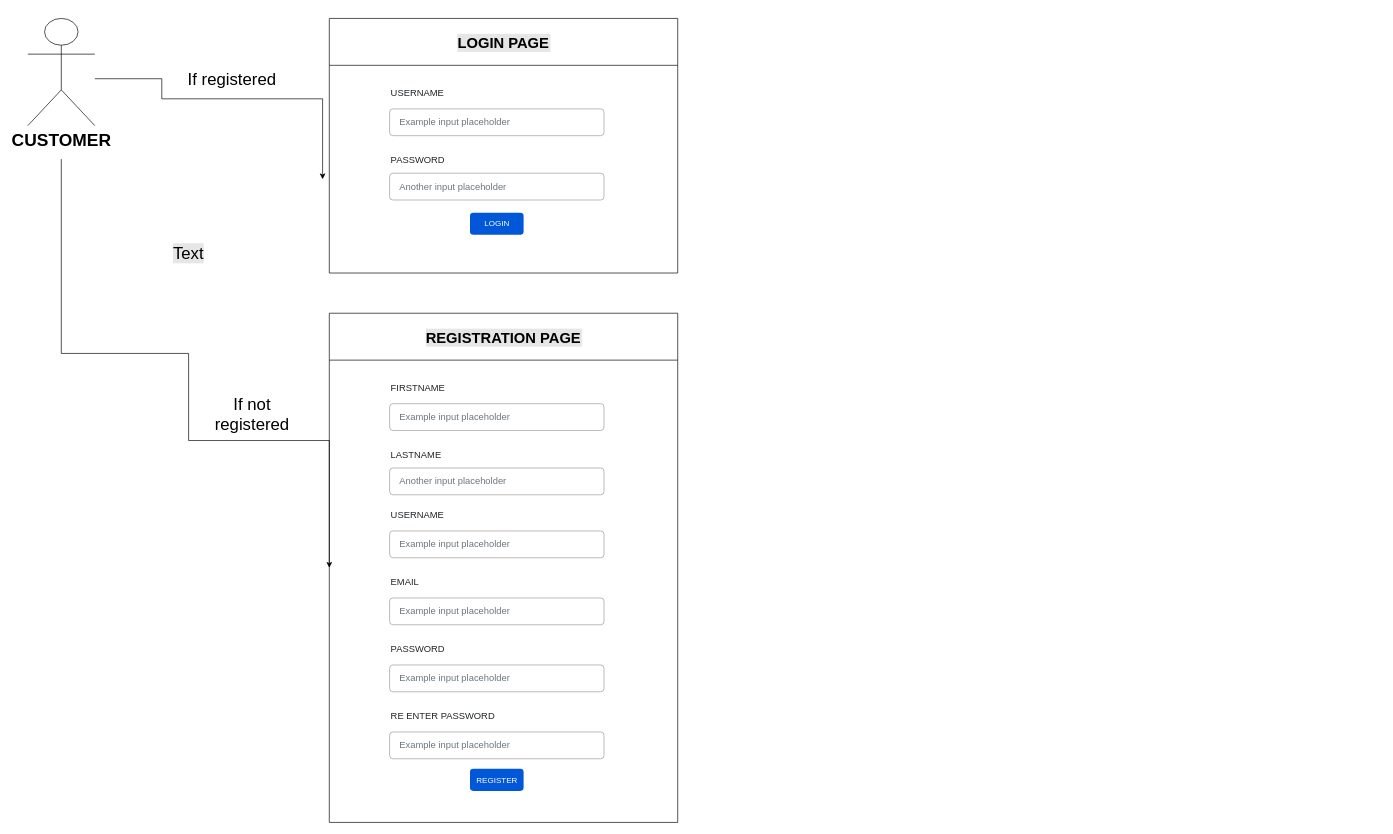
bertorepo/forum-app keeps this draw.io diagram as src/main/resources/templates/Untitled Diagram.drawio. Above is the earlier version. Source tidied: cells renumbered, new cells numbered last; positions are measured from the earlier drawing's top-left corner, leaving out a move shared by most shapes. Both pictures are drawn from the tidied source at 67%, with x=0, y=0 at pixel (27, 18).
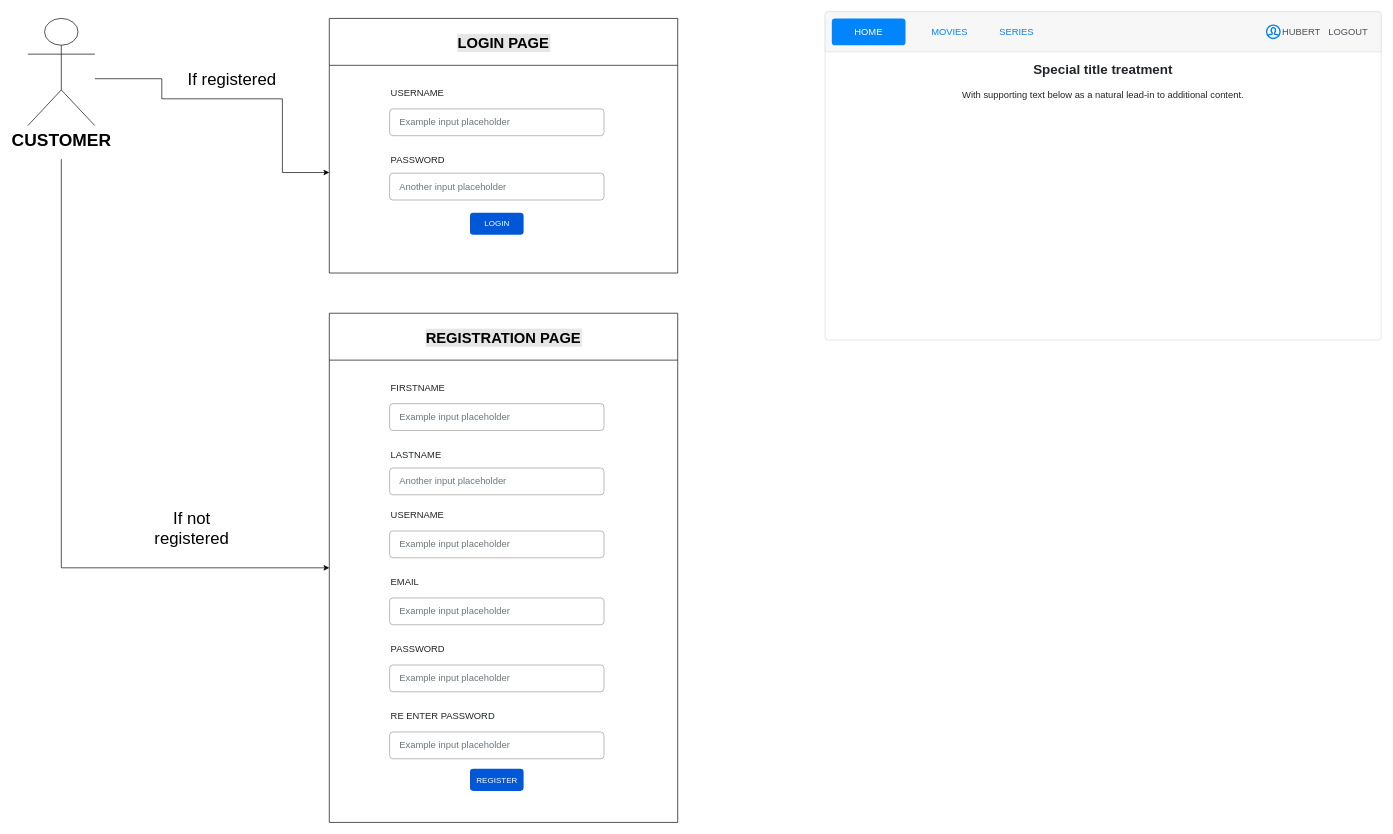
The same diagram, later.

Unchanged cells that the change refers to:
```xml
<mxCell id="4" value="&lt;font style=&quot;font-size: 26px&quot;&gt;CUSTOMER&lt;/font&gt;" style="shape=umlActor;verticalLabelPosition=bottom;verticalAlign=top;html=1;outlineConnect=0;fontStyle=1;" parent="1" vertex="1">
  <mxGeometry width="100" height="160" as="geometry" />
</mxCell>
<mxCell id="11" value="REGISTRATION PAGE" style="swimlane;fontSize=22;startSize=70;labelBackgroundColor=#E6E6E6;" parent="1" vertex="1">
  <mxGeometry x="450" y="440" width="520" height="760" as="geometry" />
</mxCell>
```

Diff of the diagram source:
```diff
@@
     <mxCell id="2" style="edgeStyle=orthogonalEdgeStyle;rounded=0;jettySize=auto;html=1;fontSize=25;" parent="1" edge="1" source="4">
       <mxGeometry relative="1" as="geometry">
-        <mxPoint x="440" y="240" as="targetPoint" />
+        <mxPoint x="450" y="230" as="targetPoint" />
         <Array as="points">
           <mxPoint x="200" y="90" />
           <mxPoint x="200" y="120" />
-          <mxPoint x="440" y="120" />
+          <mxPoint x="380" y="120" />
+          <mxPoint x="380" y="230" />
         </Array>
       </mxGeometry>
     </mxCell>
     <mxCell id="3" style="edgeStyle=orthogonalEdgeStyle;rounded=0;jettySize=auto;html=1;entryX=0;entryY=0.5;entryDx=0;entryDy=0;fontSize=25;" parent="1" edge="1" target="11">
       <mxGeometry relative="1" as="geometry">
         <mxPoint x="50" y="210" as="sourcePoint" />
         <Array as="points">
-          <mxPoint x="50" y="500" />
-          <mxPoint x="240" y="500" />
-          <mxPoint x="240" y="630" />
+          <mxPoint x="50" y="820" />
         </Array>
       </mxGeometry>
     </mxCell>
@@
-    <mxCell id="26" value="Text" style="text;html=1;strokeColor=none;fillColor=none;align=center;verticalAlign=middle;whiteSpace=wrap;rounded=0;labelBackgroundColor=#E6E6E6;fontSize=25;" parent="1" vertex="1">
-      <mxGeometry x="220" y="340" width="40" height="20" as="geometry" />
-    </mxCell>
     <mxCell id="27" value="If not registered" style="text;html=1;strokeColor=none;fillColor=none;align=center;verticalAlign=middle;whiteSpace=wrap;rounded=0;labelBackgroundColor=none;fontSize=25;" parent="1" vertex="1">
-      <mxGeometry x="250" y="580" width="170" height="20" as="geometry" />
+      <mxGeometry x="160" y="750" width="170" height="20" as="geometry" />
     </mxCell>
+    <mxCell id="28" style="html=1;shadow=0;dashed=0;shape=mxgraph.bootstrap.rrect;rSize=5;strokeColor=#DFDFDF;html=1;whiteSpace=wrap;fillColor=#FFFFFF;fontColor=#000000;labelBackgroundColor=none;fontSize=25;align=center;" parent="1" vertex="1">
+      <mxGeometry x="1190" y="-10" width="830" height="490" as="geometry" />
+    </mxCell>
+    <mxCell id="29" style="html=1;shadow=0;dashed=0;shape=mxgraph.bootstrap.topButton;strokeColor=inherit;fillColor=#F7F7F7;rSize=5;perimeter=none;whiteSpace=wrap;align=center;spacing=20;fontSize=14;" parent="28" vertex="1">
+      <mxGeometry width="830" height="60" relative="1" as="geometry" />
+    </mxCell>
+    <mxCell id="30" value="HOME" style="html=1;shadow=0;dashed=0;shape=mxgraph.bootstrap.rrect;arcSize=5;strokeColor=none;fillColor=#0085FC;rSize=5;perimeter=none;whiteSpace=wrap;align=center;spacing=20;fontSize=14;fontColor=#ffffff;labelBackgroundColor=none;" parent="28" vertex="1">
+      <mxGeometry width="110" height="40" relative="1" as="geometry">
+        <mxPoint x="10" y="10" as="offset" />
+      </mxGeometry>
+    </mxCell>
+    <mxCell id="31" value="MOVIES" style="strokeColor=none;fillColor=none;rSize=5;perimeter=none;whiteSpace=wrap;align=center;spacing=20;fontSize=14;fontColor=#0085FC;" parent="28" vertex="1">
+      <mxGeometry width="51.88" height="40" relative="1" as="geometry">
+        <mxPoint x="160" y="10" as="offset" />
+      </mxGeometry>
+    </mxCell>
+    <mxCell id="32" value="LOGOUT" style="strokeColor=none;fillColor=none;rSize=5;perimeter=none;whiteSpace=wrap;align=center;spacing=20;fontSize=14;fontColor=#0085FC;fontColor=#4B5259;" parent="28" vertex="1">
+      <mxGeometry width="62.25" height="40" relative="1" as="geometry">
+        <mxPoint x="750" y="10" as="offset" />
+      </mxGeometry>
+    </mxCell>
+    <mxCell id="33" value="&lt;b&gt;&lt;font style=&quot;font-size: 20px&quot;&gt;Special title treatment&lt;/font&gt;&lt;/b&gt;&lt;br style=&quot;font-size: 14px&quot;&gt;&lt;br style=&quot;font-size: 14px&quot;&gt;With supporting text below as a natural lead-in to additional content." style="perimeter=none;html=1;whiteSpace=wrap;fillColor=none;strokeColor=none;verticalAlign=top;align=center;spacing=20;spacingTop=-10;fontSize=14;fontColor=#212529;" parent="28" vertex="1">
+      <mxGeometry width="830" height="120" relative="1" as="geometry">
+        <mxPoint y="60" as="offset" />
+      </mxGeometry>
+    </mxCell>
+    <mxCell id="34" value="HUBERT" style="strokeColor=none;fillColor=none;rSize=5;perimeter=none;whiteSpace=wrap;align=center;spacing=20;fontSize=14;fontColor=#0085FC;fontColor=#4B5259;" parent="28" vertex="1">
+      <mxGeometry width="62.25" height="40" relative="1" as="geometry">
+        <mxPoint x="680" y="10" as="offset" />
+      </mxGeometry>
+    </mxCell>
+    <mxCell id="35" value="SERIES" style="strokeColor=none;fillColor=none;rSize=5;perimeter=none;whiteSpace=wrap;align=center;spacing=20;fontSize=14;fontColor=#0085FC;" parent="28" vertex="1">
+      <mxGeometry width="51.88" height="40" relative="1" as="geometry">
+        <mxPoint x="260" y="10" as="offset" />
+      </mxGeometry>
+    </mxCell>
+    <mxCell id="36" style="html=1;verticalLabelPosition=bottom;align=center;labelBackgroundColor=#ffffff;verticalAlign=top;strokeWidth=2;strokeColor=#0080F0;shadow=0;dashed=0;shape=mxgraph.ios7.icons.user;fontSize=25;" parent="28" vertex="1">
+      <mxGeometry x="659" y="20" width="20" height="20" as="geometry" />
+    </mxCell>
```
